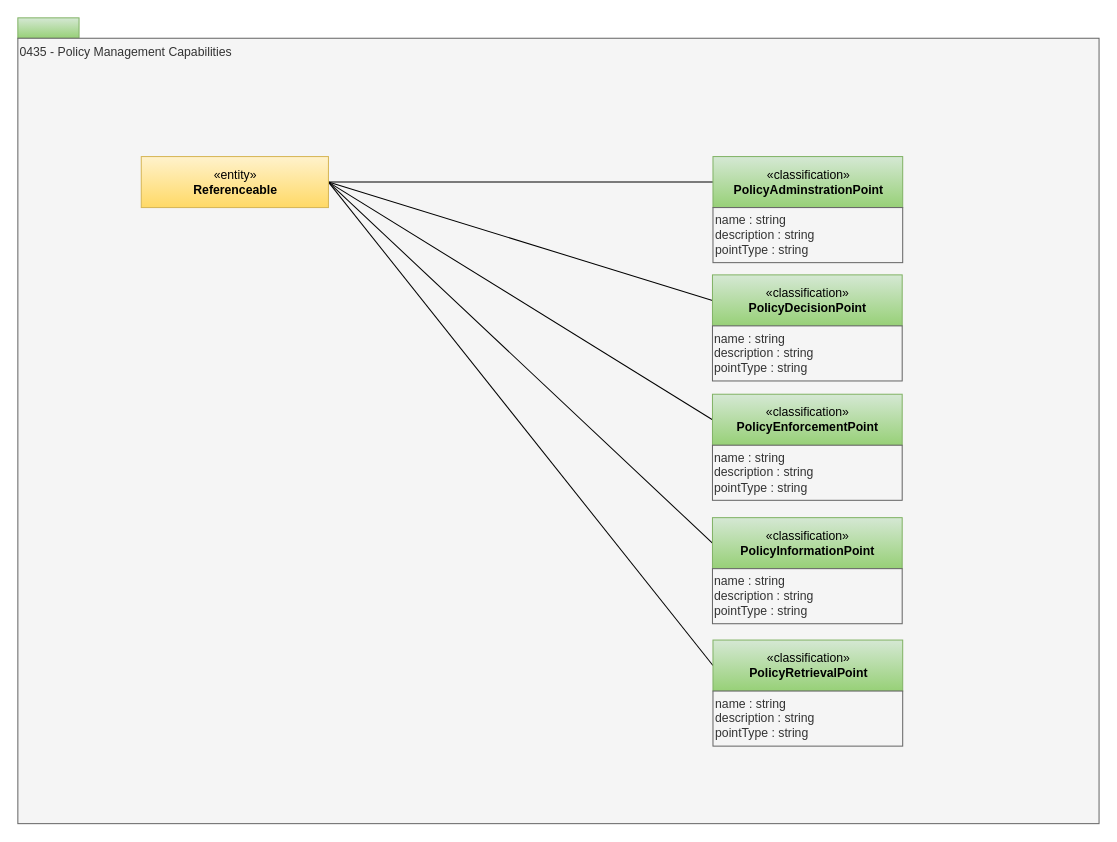
Before: page "0435-Policy-Management-Capabilities" (12 of 30) of site/docs/types/4/area-4-governance.drawio in odpi/egeria-docs, a draw.io diagram. Source tidied: cells renumbered, new cells numbered last; positions are measured from the earlier drawing's top-left corner, leaving out a move shared by most shapes. Both pictures are drawn from the tidied source at 102%, with x=0, y=0 at pixel (17, 17).
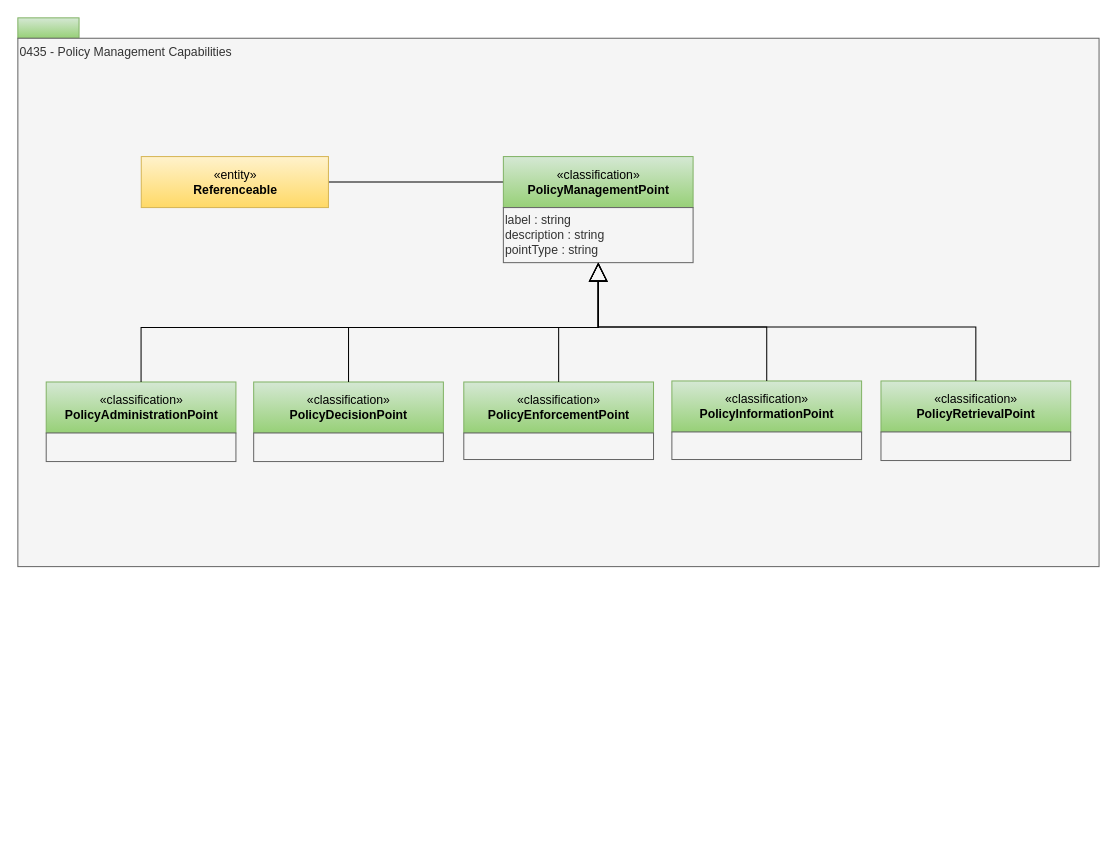
Above is the later version.

Unchanged cells that the change refers to:
```xml
<mxCell id="19" value="«entity»&lt;br&gt;&lt;b&gt;Referenceable&lt;/b&gt;" style="html=1;strokeColor=#d6b656;align=center;fillColor=#fff2cc;gradientColor=#ffd966;" parent="1" vertex="1">
  <mxGeometry x="121" y="136" width="183.5" height="50" as="geometry" />
</mxCell>
```

What changed in the source:
```diff
@@
     <mxCell id="3" value="0435 - Policy Management Capabilities" style="rounded=0;whiteSpace=wrap;html=1;align=left;verticalAlign=top;fillColor=#f5f5f5;fontColor=#333333;strokeColor=#666666;" parent="1" vertex="1">
-      <mxGeometry y="20" width="1060" height="770" as="geometry" />
+      <mxGeometry y="20" width="1060" height="518" as="geometry" />
     </mxCell>
-    <mxCell id="4" style="edgeStyle=orthogonalEdgeStyle;rounded=0;html=1;exitX=1;exitY=0.5;entryX=0;entryY=0.5;jettySize=auto;endArrow=none;endFill=0;" parent="1" edge="1" source="19" target="5">
+    <mxCell id="4" style="edgeStyle=orthogonalEdgeStyle;rounded=0;html=1;exitX=1;exitY=0.5;entryX=0;entryY=0.5;jettySize=auto;endArrow=none;endFill=0;entryDx=0;entryDy=0;" parent="1" edge="1" source="19" target="20">
       <mxGeometry relative="1" as="geometry" />
     </mxCell>
-    <mxCell id="5" value="«classification»&lt;br&gt;&lt;b&gt;PolicyAdminstrationPoint&lt;/b&gt;" style="html=1;strokeColor=#82b366;align=center;fillColor=#d5e8d4;gradientColor=#97d077;" parent="1" vertex="1">
-      <mxGeometry x="681.5" y="136" width="186" height="50" as="geometry" />
+    <mxCell id="5" value="«classification»&lt;br&gt;&lt;b&gt;PolicyAdministrationPoint&lt;/b&gt;" style="html=1;strokeColor=#82b366;align=center;fillColor=#d5e8d4;gradientColor=#97d077;" parent="1" vertex="1">
+      <mxGeometry x="27.8" y="357" width="186" height="50" as="geometry" />
     </mxCell>
-    <mxCell id="6" value="name : string&lt;br&gt;description : string&lt;br&gt;pointType : string" style="rounded=0;whiteSpace=wrap;html=1;strokeColor=#666666;align=left;fillColor=#f5f5f5;fontColor=#333333;" parent="1" vertex="1">
-      <mxGeometry x="681.5" y="186" width="186" height="54" as="geometry" />
+    <mxCell id="6" style="rounded=0;whiteSpace=wrap;html=1;strokeColor=#666666;align=left;fillColor=#f5f5f5;fontColor=#333333;" parent="1" vertex="1">
+      <mxGeometry x="27.8" y="407" width="186" height="28" as="geometry" />
     </mxCell>
-    <mxCell id="7" style="rounded=0;html=1;entryX=0;entryY=0.5;jettySize=auto;endArrow=none;endFill=0;exitX=1;exitY=0.5;exitDx=0;exitDy=0;" parent="1" edge="1" source="19" target="8">
-      <mxGeometry relative="1" as="geometry" />
-    </mxCell>
     <mxCell id="8" value="«classification»&lt;br&gt;&lt;b&gt;PolicyDecisionPoint&lt;/b&gt;" style="html=1;strokeColor=#82b366;align=center;fillColor=#d5e8d4;gradientColor=#97d077;" parent="1" vertex="1">
-      <mxGeometry x="681" y="252" width="186" height="50" as="geometry" />
+      <mxGeometry x="231.2" y="357" width="186" height="50" as="geometry" />
     </mxCell>
-    <mxCell id="9" value="name : string&lt;br&gt;description : string&lt;br&gt;pointType&amp;nbsp;: string" style="rounded=0;whiteSpace=wrap;html=1;strokeColor=#666666;align=left;fillColor=#f5f5f5;fontColor=#333333;" parent="1" vertex="1">
-      <mxGeometry x="681" y="302" width="186" height="54" as="geometry" />
+    <mxCell id="9" style="rounded=0;whiteSpace=wrap;html=1;strokeColor=#666666;align=left;fillColor=#f5f5f5;fontColor=#333333;" parent="1" vertex="1">
+      <mxGeometry x="231.2" y="407" width="186" height="28" as="geometry" />
     </mxCell>
-    <mxCell id="10" style="rounded=0;html=1;exitX=1;exitY=0.5;entryX=0;entryY=0.5;jettySize=auto;endArrow=none;endFill=0;exitDx=0;exitDy=0;" parent="1" edge="1" source="19" target="11">
-      <mxGeometry relative="1" as="geometry" />
-    </mxCell>
     <mxCell id="11" value="«classification»&lt;br&gt;&lt;b&gt;PolicyEnforcementPoint&lt;/b&gt;" style="html=1;strokeColor=#82b366;align=center;fillColor=#d5e8d4;gradientColor=#97d077;" parent="1" vertex="1">
-      <mxGeometry x="681" y="369" width="186" height="50" as="geometry" />
+      <mxGeometry x="437.2" y="357" width="186" height="50" as="geometry" />
     </mxCell>
-    <mxCell id="12" value="name : string&lt;br&gt;description : string&lt;br&gt;pointType&amp;nbsp;: string" style="rounded=0;whiteSpace=wrap;html=1;strokeColor=#666666;align=left;fillColor=#f5f5f5;fontColor=#333333;" parent="1" vertex="1">
-      <mxGeometry x="681" y="419" width="186" height="54" as="geometry" />
+    <mxCell id="12" style="rounded=0;whiteSpace=wrap;html=1;strokeColor=#666666;align=left;fillColor=#f5f5f5;fontColor=#333333;" parent="1" vertex="1">
+      <mxGeometry x="437.2" y="407" width="186" height="26" as="geometry" />
     </mxCell>
-    <mxCell id="13" style="rounded=0;html=1;exitX=1;exitY=0.5;entryX=0;entryY=0.5;jettySize=auto;endArrow=none;endFill=0;exitDx=0;exitDy=0;" parent="1" edge="1" source="19" target="14">
-      <mxGeometry relative="1" as="geometry" />
-    </mxCell>
     <mxCell id="14" value="«classification»&lt;br&gt;&lt;b&gt;PolicyInformationPoint&lt;/b&gt;" style="html=1;strokeColor=#82b366;align=center;fillColor=#d5e8d4;gradientColor=#97d077;" parent="1" vertex="1">
-      <mxGeometry x="681" y="490" width="186" height="50" as="geometry" />
+      <mxGeometry x="641.2" y="356" width="186" height="50" as="geometry" />
     </mxCell>
-    <mxCell id="15" value="name : string&lt;br&gt;description : string&lt;br&gt;pointType&amp;nbsp;: string" style="rounded=0;whiteSpace=wrap;html=1;strokeColor=#666666;align=left;fillColor=#f5f5f5;fontColor=#333333;" parent="1" vertex="1">
-      <mxGeometry x="681" y="540" width="186" height="54" as="geometry" />
+    <mxCell id="15" style="rounded=0;whiteSpace=wrap;html=1;strokeColor=#666666;align=left;fillColor=#f5f5f5;fontColor=#333333;" parent="1" vertex="1">
+      <mxGeometry x="641.2" y="406" width="186" height="27" as="geometry" />
     </mxCell>
-    <mxCell id="16" style="rounded=0;html=1;entryX=0;entryY=0.5;jettySize=auto;endArrow=none;endFill=0;exitX=1;exitY=0.5;exitDx=0;exitDy=0;" parent="1" edge="1" source="19" target="17">
-      <mxGeometry relative="1" as="geometry" />
-    </mxCell>
     <mxCell id="17" value="«classification»&lt;br&gt;&lt;b&gt;PolicyRetrievalPoint&lt;/b&gt;" style="html=1;strokeColor=#82b366;align=center;fillColor=#d5e8d4;gradientColor=#97d077;" parent="1" vertex="1">
-      <mxGeometry x="681.5" y="610" width="186" height="50" as="geometry" />
+      <mxGeometry x="846.2" y="356" width="186" height="50" as="geometry" />
     </mxCell>
-    <mxCell id="18" value="name : string&lt;br&gt;description : string&lt;br&gt;pointType&amp;nbsp;: string" style="rounded=0;whiteSpace=wrap;html=1;strokeColor=#666666;align=left;fillColor=#f5f5f5;fontColor=#333333;" parent="1" vertex="1">
-      <mxGeometry x="681.5" y="660" width="186" height="54" as="geometry" />
+    <mxCell id="18" style="rounded=0;whiteSpace=wrap;html=1;strokeColor=#666666;align=left;fillColor=#f5f5f5;fontColor=#333333;" parent="1" vertex="1">
+      <mxGeometry x="846.2" y="406" width="186" height="28" as="geometry" />
     </mxCell>
@@
+    <mxCell id="20" value="«classification»&lt;br&gt;&lt;b&gt;PolicyManagementPoint&lt;/b&gt;" style="html=1;strokeColor=#82b366;align=center;fillColor=#d5e8d4;gradientColor=#97d077;" parent="1" vertex="1">
+      <mxGeometry x="476" y="136" width="186" height="50" as="geometry" />
+    </mxCell>
+    <mxCell id="21" value="label : string&lt;br&gt;description : string&lt;br&gt;pointType : string" style="rounded=0;whiteSpace=wrap;html=1;strokeColor=#666666;align=left;fillColor=#f5f5f5;fontColor=#333333;" parent="1" vertex="1">
+      <mxGeometry x="476" y="186" width="186" height="54" as="geometry" />
+    </mxCell>
+    <mxCell id="22" style="edgeStyle=orthogonalEdgeStyle;rounded=0;jettySize=auto;html=1;exitX=0.5;exitY=0;exitDx=0;exitDy=0;entryX=0.5;entryY=1;entryDx=0;entryDy=0;endArrow=block;endFill=0;strokeWidth=1;endSize=16;" parent="1" edge="1" source="5" target="21">
+      <mxGeometry relative="1" as="geometry" />
+    </mxCell>
+    <mxCell id="23" style="edgeStyle=orthogonalEdgeStyle;rounded=0;jettySize=auto;html=1;exitX=0.5;exitY=0;exitDx=0;exitDy=0;entryX=0.5;entryY=1;entryDx=0;entryDy=0;endArrow=block;endFill=0;strokeWidth=1;endSize=16;" parent="1" edge="1" source="8" target="21">
+      <mxGeometry relative="1" as="geometry" />
+    </mxCell>
+    <mxCell id="24" style="edgeStyle=orthogonalEdgeStyle;rounded=0;jettySize=auto;html=1;exitX=0.5;exitY=0;exitDx=0;exitDy=0;entryX=0.5;entryY=1;entryDx=0;entryDy=0;endArrow=block;endFill=0;strokeWidth=1;endSize=16;" parent="1" edge="1" source="14" target="21">
+      <mxGeometry relative="1" as="geometry" />
+    </mxCell>
+    <mxCell id="25" style="edgeStyle=orthogonalEdgeStyle;rounded=0;jettySize=auto;html=1;exitX=0.5;exitY=0;exitDx=0;exitDy=0;entryX=0.5;entryY=1;entryDx=0;entryDy=0;endArrow=block;endFill=0;strokeWidth=1;endSize=16;" parent="1" edge="1" source="11" target="21">
+      <mxGeometry relative="1" as="geometry" />
+    </mxCell>
+    <mxCell id="26" style="edgeStyle=orthogonalEdgeStyle;rounded=0;jettySize=auto;html=1;exitX=0.5;exitY=0;exitDx=0;exitDy=0;entryX=0.5;entryY=1;entryDx=0;entryDy=0;endArrow=block;endFill=0;strokeWidth=1;endSize=16;" parent="1" edge="1" source="17" target="21">
+      <mxGeometry relative="1" as="geometry" />
+    </mxCell>
```
